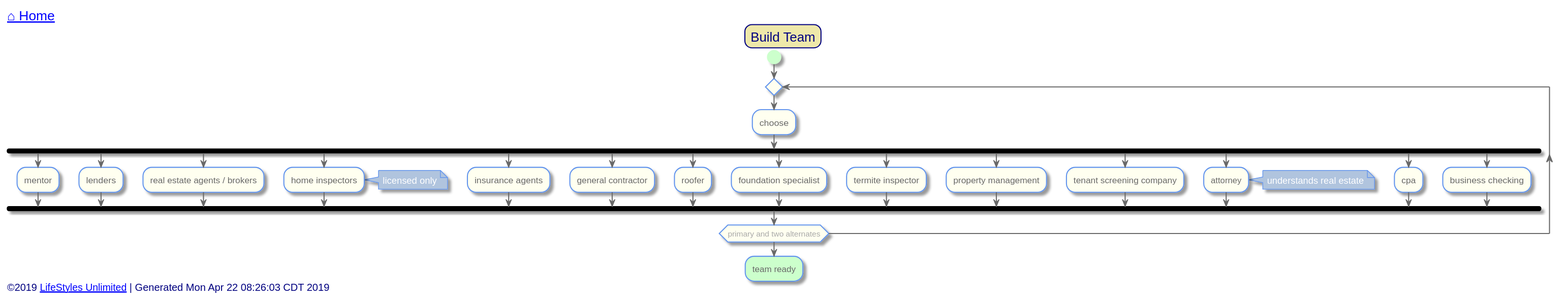
Above: out/src/single-family/team-building.svg in toddmo/lifestylesunlimited (PlantUML), before the change.
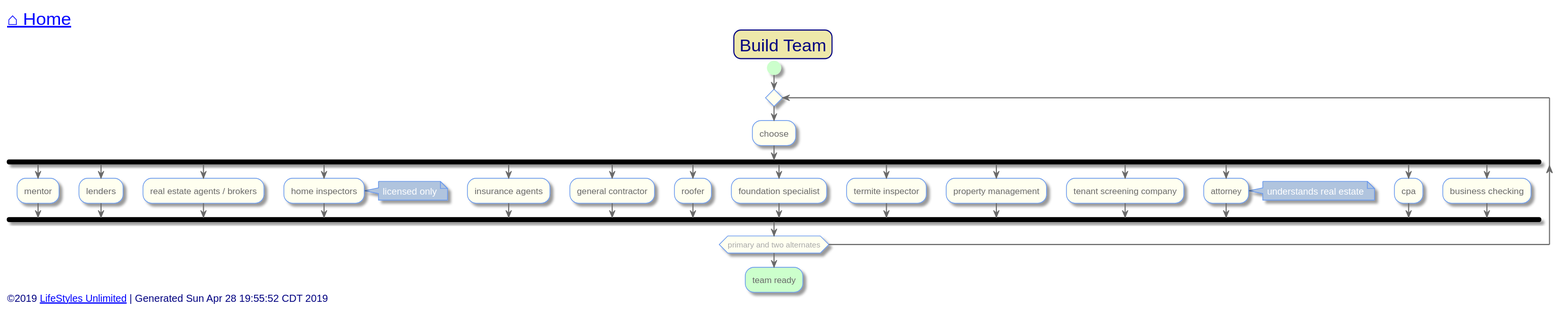
The same file after the commit.

The edit, as a diff of the source:
```diff
@@ -11,11 +11,13 @@
   BackgroundColor PaleGoldenRod
   BorderColor Navy
   BorderRoundCorner 20
+  FontSize 24
 }
 
 skinparam activity {
   BackgroundColor Ivory
   BorderColor CornflowerBlue
+  BorderThickness 1
   FontColor DimGray
 
 
@@ -73,7 +75,7 @@
 
 
 left header
-	<font color=Navy size=18>[[../index.svg ⌂ Home]]</font>
+	<font color=Navy size=24>[[../index.svg ⌂ Home]]</font>
 endheader
 
 
@@ -122,7 +124,7 @@
 
 
 left footer
-	<font size=14>©2019 [[http://www.lifestylesunlimited.com LifeStyles Unlimited]] | Generated Mon Apr 22 08:26:03 CDT 2019</font>
+	<font size=14>©2019 [[http://www.lifestylesunlimited.com LifeStyles Unlimited]] | Generated Sun Apr 28 19:55:52 CDT 2019</font>
 endfooter
 
 
```
